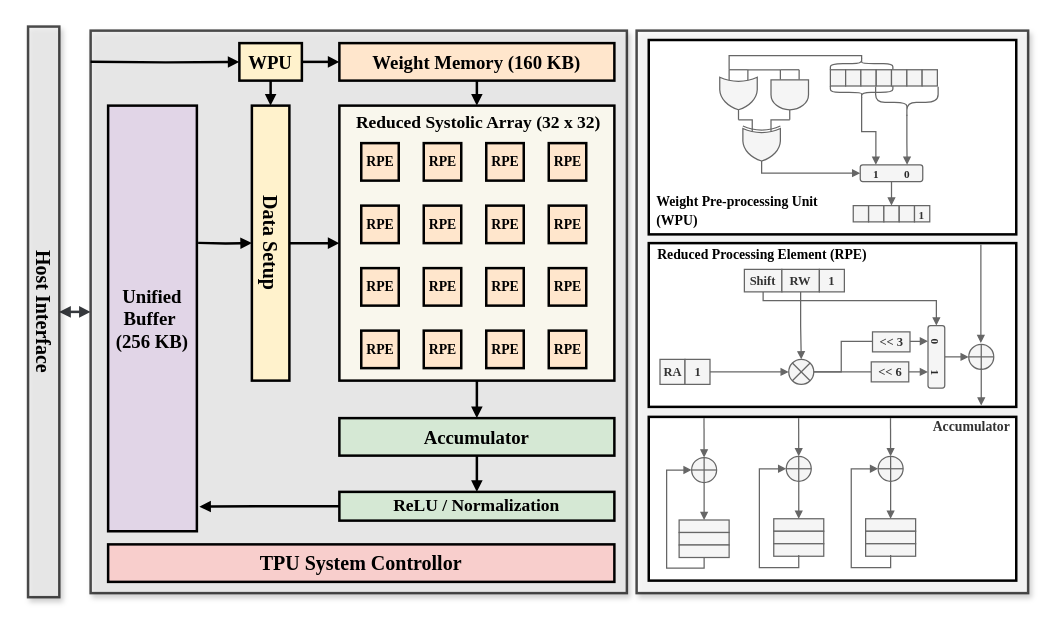
Before: figure/drawio/TPU.drawio in akira2963753/tpu-accelerator-lite, a draw.io diagram. Source tidied: cells renumbered, new cells numbered last; positions are measured from the earlier drawing's top-left corner, leaving out a move shared by most shapes. Both pictures are drawn from the tidied source at 125%, with x=0, y=0 at pixel (-242, 30).
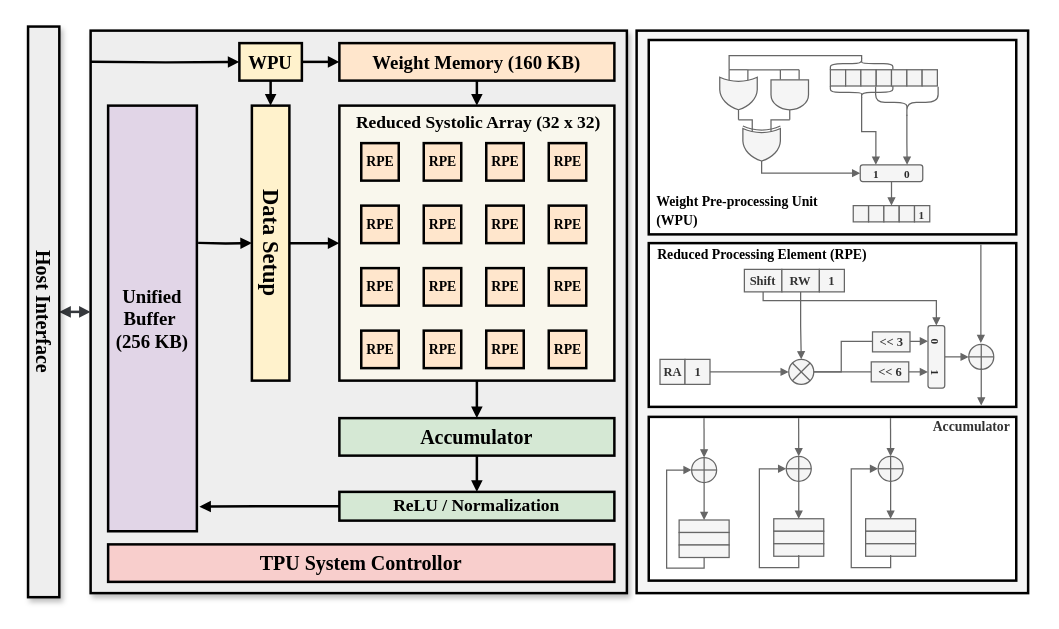
The same diagram, later.

Change to the diagram source:
```diff
@@
-    <mxCell id="2" style="rounded=0;whiteSpace=wrap;html=1;shadow=1;strokeWidth=2;opacity=70;fillColor=default;" parent="1" vertex="1">
+    <mxCell id="2" style="rounded=0;whiteSpace=wrap;html=1;shadow=0;strokeWidth=2;fillColor=#f5f5f5;strokeColor=default;fontColor=#333333;" parent="1" vertex="1">
       <mxGeometry x="702.8" width="313.2" height="450" as="geometry" />
     </mxCell>
-    <mxCell id="3" style="rounded=0;whiteSpace=wrap;html=1;shadow=1;strokeWidth=2;strokeColor=default;fillColor=#eeeeee;opacity=70;" parent="1" vertex="1">
+    <mxCell id="3" style="rounded=0;whiteSpace=wrap;html=1;shadow=1;strokeWidth=2;strokeColor=default;fillColor=#eeeeee;" parent="1" vertex="1">
       <mxGeometry x="266" width="429" height="450" as="geometry" />
     </mxCell>
@@
-    <mxCell id="50" value="&lt;font style=&quot;font-size: 16px;&quot; face=&quot;Garamond&quot;&gt;&lt;b style=&quot;&quot;&gt;Data Setup&lt;/b&gt;&lt;/font&gt;" style="rounded=0;whiteSpace=wrap;html=1;fillColor=#fff2cc;strokeColor=default;strokeWidth=2;rotation=90;" parent="1" vertex="1">
+    <mxCell id="50" value="&lt;font style=&quot;font-size: 18px;&quot; face=&quot;Garamond&quot;&gt;&lt;b style=&quot;&quot;&gt;Data Setup&lt;/b&gt;&lt;/font&gt;" style="rounded=0;whiteSpace=wrap;html=1;fillColor=#fff2cc;strokeColor=default;strokeWidth=2;rotation=90;" parent="1" vertex="1">
       <mxGeometry x="300" y="155" width="220" height="30" as="geometry" />
     </mxCell>
@@
-    <mxCell id="52" value="&lt;font style=&quot;font-size: 15px;&quot; face=&quot;Garamond&quot;&gt;&lt;b style=&quot;&quot;&gt;Accumulator&lt;/b&gt;&lt;/font&gt;" style="rounded=0;whiteSpace=wrap;html=1;fillColor=#d5e8d4;strokeColor=default;strokeWidth=2;" parent="1" vertex="1">
+    <mxCell id="52" value="&lt;font style=&quot;font-size: 16px;&quot; face=&quot;Garamond&quot;&gt;&lt;b style=&quot;&quot;&gt;Accumulator&lt;/b&gt;&lt;/font&gt;" style="rounded=0;whiteSpace=wrap;html=1;fillColor=#d5e8d4;strokeColor=default;strokeWidth=2;" parent="1" vertex="1">
       <mxGeometry x="465" y="310" width="220" height="30" as="geometry" />
     </mxCell>
@@
-    <mxCell id="60" value="&lt;font style=&quot;font-size: 16px;&quot; face=&quot;Garamond&quot;&gt;&lt;b&gt;Host Interface&lt;/b&gt;&lt;/font&gt;" style="rounded=0;whiteSpace=wrap;html=1;shadow=1;strokeWidth=2;strokeColor=default;fillColor=#eeeeee;opacity=70;rotation=90;" parent="1" vertex="1">
+    <mxCell id="60" value="&lt;font style=&quot;font-size: 16px;&quot; face=&quot;Garamond&quot;&gt;&lt;b&gt;Host Interface&lt;/b&gt;&lt;/font&gt;" style="rounded=0;whiteSpace=wrap;html=1;shadow=1;strokeWidth=2;strokeColor=default;fillColor=#eeeeee;rotation=90;" parent="1" vertex="1">
       <mxGeometry x="0.2" y="212.5" width="456.5" height="25" as="geometry" />
     </mxCell>
```
